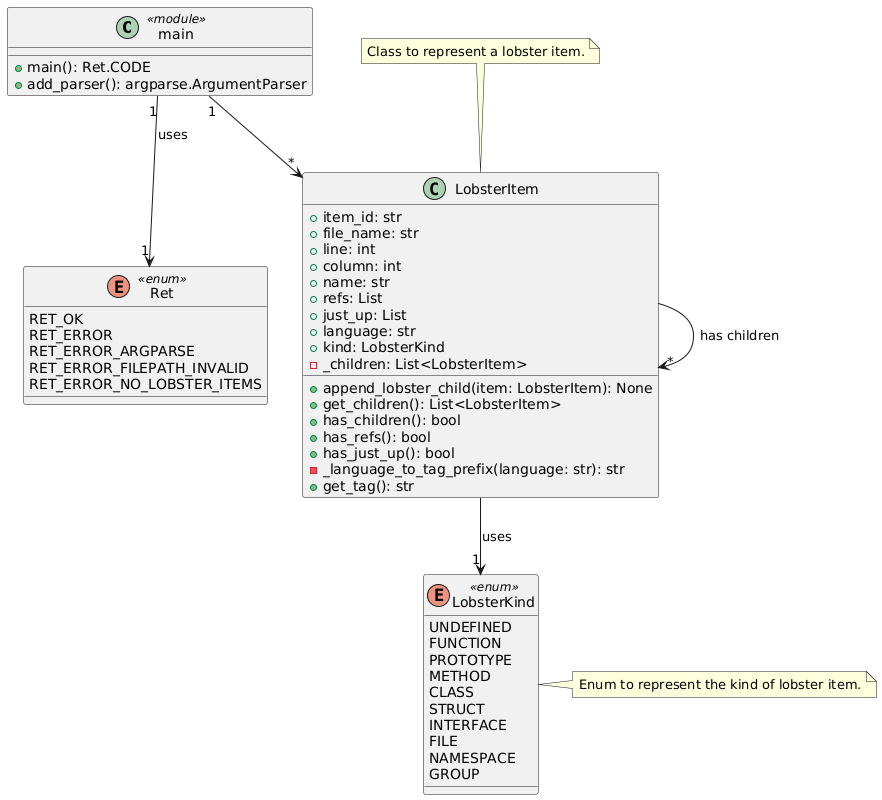
Earlier version of the PlantUML export doc/architecture/class_diagram.png (NewTec-GmbH/lobster-doxygen).
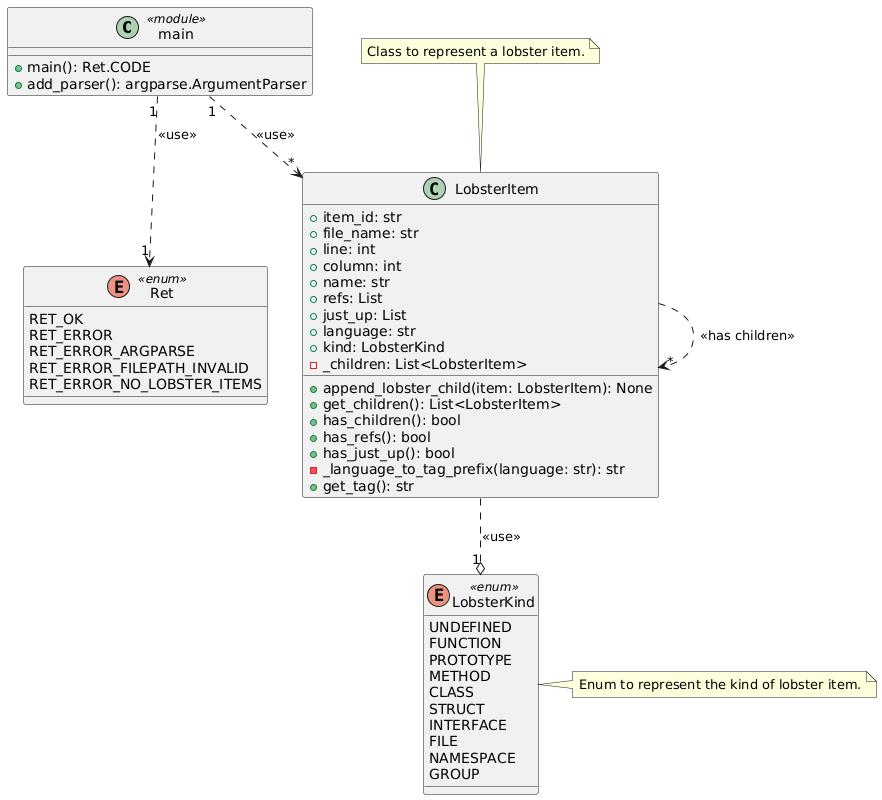
After the commit.

Commit message:
Fixed review findings.

Diff of the diagram source:
```diff
@@ -58,8 +58,8 @@
 
 
 
-main "1" --> "*" LobsterItem
-main "1" --> "1" Ret : uses
-LobsterItem --> "1" LobsterKind : uses
-LobsterItem --> "*" LobsterItem : has children
+main "1" ..> "*" LobsterItem : <<use>>
+main "1" ..> "1" Ret : <<use>>
+LobsterItem ..o "1" LobsterKind : <<use>>
+LobsterItem ..> "*" LobsterItem : <<has children>>
 @enduml
```
